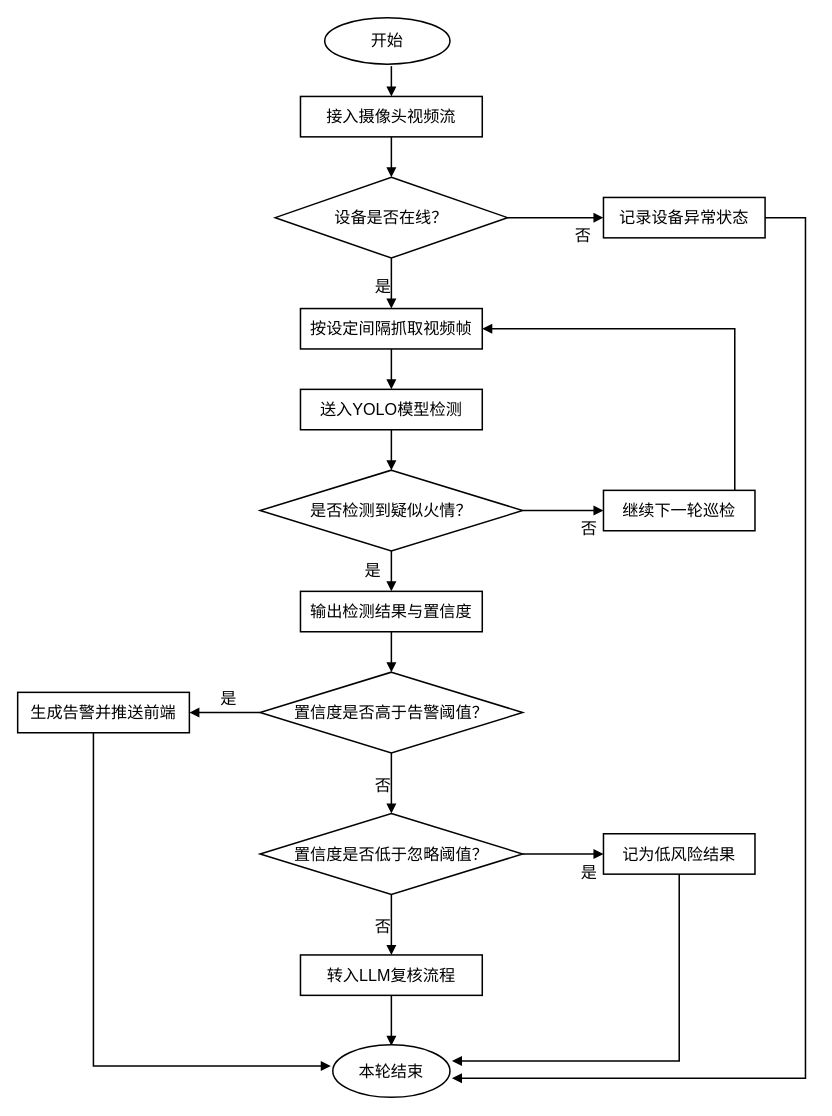
Before: docs/PaperImages/4视频流接入与YOLO巡检流程图.drawio in Dean-op/forest_fire, a draw.io diagram. Source tidied: cells renumbered, new cells numbered last; positions are measured from the earlier drawing's top-left corner, leaving out a move shared by most shapes. Both pictures are drawn from the tidied source at 101%, with x=0, y=0 at pixel (17, 17).
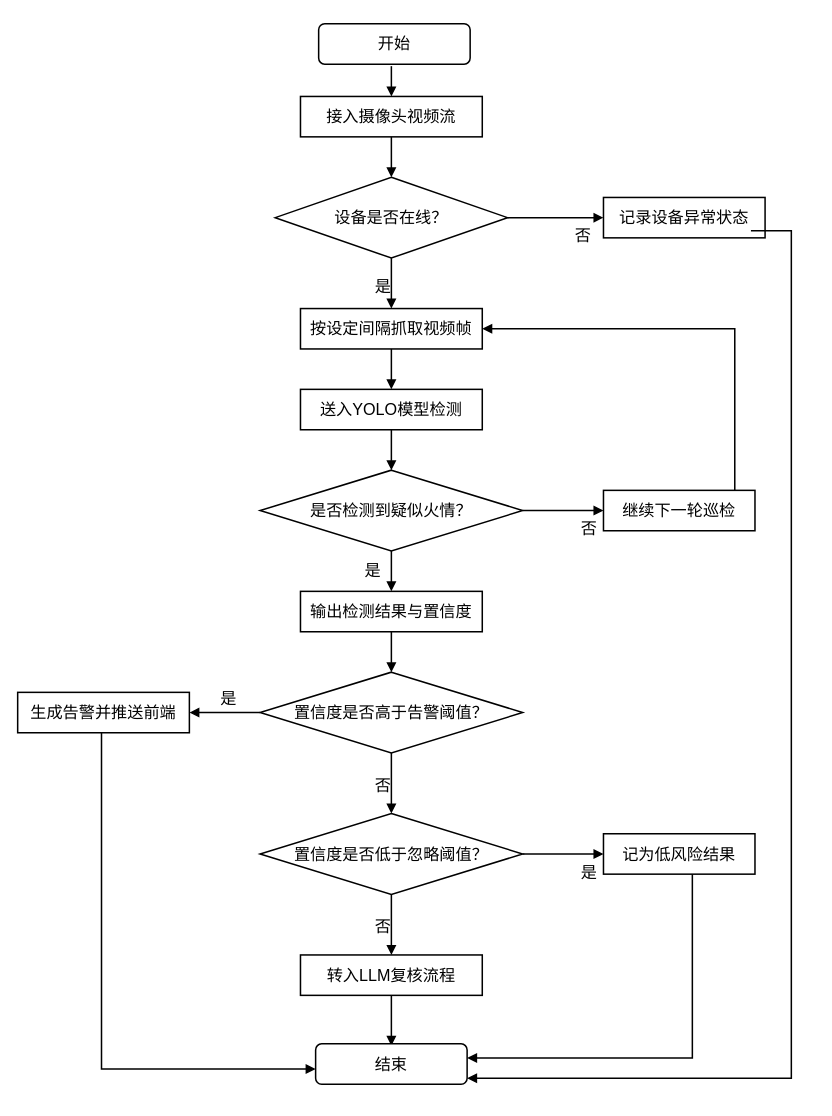
The same page after the edit.

The change refers to these unchanged cells:
```xml
<mxCell id="4" value="记录设备异常状态" style="rounded=0;whiteSpace=wrap;html=1;strokeWidth=1.5;fontSize=16;labelBackgroundColor=none;" parent="1" vertex="1">
  <mxGeometry x="580" y="178" width="160" height="40" as="geometry" />
</mxCell>
<mxCell id="11" value="生成告警并推送前端" style="rounded=0;whiteSpace=wrap;html=1;strokeWidth=1.5;fontSize=16;labelBackgroundColor=none;" parent="1" vertex="1">
  <mxGeometry y="668" width="170" height="40" as="geometry" />
</mxCell>
<mxCell id="13" value="记为低风险结果" style="rounded=0;whiteSpace=wrap;html=1;strokeWidth=1.5;fontSize=16;labelBackgroundColor=none;" parent="1" vertex="1">
  <mxGeometry x="580" y="808" width="150" height="40" as="geometry" />
</mxCell>
```

Diff of the diagram source:
```diff
@@
-    <mxCell id="21" style="endArrow=block;endFill=1;html=1;strokeWidth=1.5;edgeStyle=orthogonalEdgeStyle;rounded=0;labelBackgroundColor=none;fontSize=16;" parent="1" edge="1" source="4">
+    <mxCell id="21" style="endArrow=block;endFill=1;html=1;strokeWidth=1.5;edgeStyle=orthogonalEdgeStyle;rounded=0;labelBackgroundColor=none;fontSize=16;" parent="1" edge="1">
       <mxGeometry relative="1" as="geometry">
-        <mxPoint x="430" y="1050" as="targetPoint" />
+        <mxPoint x="726" y="211" as="sourcePoint" />
+        <mxPoint x="445" y="1050" as="targetPoint" />
         <Array as="points">
-          <mxPoint x="780" y="198" />
-          <mxPoint x="780" y="1050" />
+          <mxPoint x="766" y="211" />
+          <mxPoint x="766" y="1050" />
         </Array>
       </mxGeometry>
     </mxCell>
@@
-    <mxCell id="38" style="endArrow=block;endFill=1;html=1;strokeWidth=1.5;edgeStyle=orthogonalEdgeStyle;rounded=0;labelBackgroundColor=none;fontSize=16;" parent="1" edge="1" source="11">
+    <mxCell id="38" style="endArrow=block;endFill=1;html=1;strokeWidth=1.5;edgeStyle=orthogonalEdgeStyle;rounded=0;labelBackgroundColor=none;fontSize=16;" parent="1" edge="1">
       <mxGeometry relative="1" as="geometry">
-        <mxPoint x="310" y="1038" as="targetPoint" />
+        <mxPoint x="83" y="708" as="sourcePoint" />
+        <mxPoint x="295" y="1041" as="targetPoint" />
         <Array as="points">
-          <mxPoint x="75" y="1038" />
+          <mxPoint x="83" y="1041" />
         </Array>
       </mxGeometry>
     </mxCell>
-    <mxCell id="39" style="endArrow=block;endFill=1;html=1;strokeWidth=1.5;edgeStyle=orthogonalEdgeStyle;rounded=0;labelBackgroundColor=none;fontSize=16;" parent="1" edge="1" source="13">
+    <mxCell id="39" style="endArrow=block;endFill=1;html=1;strokeWidth=1.5;edgeStyle=orthogonalEdgeStyle;rounded=0;labelBackgroundColor=none;fontSize=16;" parent="1" edge="1">
       <mxGeometry relative="1" as="geometry">
-        <mxPoint x="430" y="1033" as="targetPoint" />
+        <mxPoint x="668" y="848" as="sourcePoint" />
+        <mxPoint x="445" y="1030" as="targetPoint" />
         <Array as="points">
-          <mxPoint x="655" y="1033" />
+          <mxPoint x="668" y="1030" />
         </Array>
       </mxGeometry>
     </mxCell>
@@
-    <mxCell id="41" value="开始" style="ellipse;whiteSpace=wrap;html=1;fontSize=16;strokeWidth=1.5;" parent="1" vertex="1">
-      <mxGeometry x="304" width="124" height="46" as="geometry" />
+    <mxCell id="41" value="开始" style="rounded=1;whiteSpace=wrap;html=1;strokeWidth=1.5;fontSize=16;labelBackgroundColor=none;" parent="1" vertex="1">
+      <mxGeometry x="298" y="6" width="150" height="40" as="geometry" />
     </mxCell>
-    <mxCell id="42" value="本轮结束" style="ellipse;whiteSpace=wrap;html=1;fontSize=16;strokeWidth=1.5;" parent="1" vertex="1">
-      <mxGeometry x="312" y="1017" width="116" height="52" as="geometry" />
-    </mxCell>
+    <mxCell id="43" value="结束" style="rounded=1;whiteSpace=wrap;html=1;strokeWidth=1.5;fontSize=16;labelBackgroundColor=none;" parent="1" vertex="1">
+      <mxGeometry x="295" y="1016" width="150" height="40" as="geometry" />
+    </mxCell>
```
